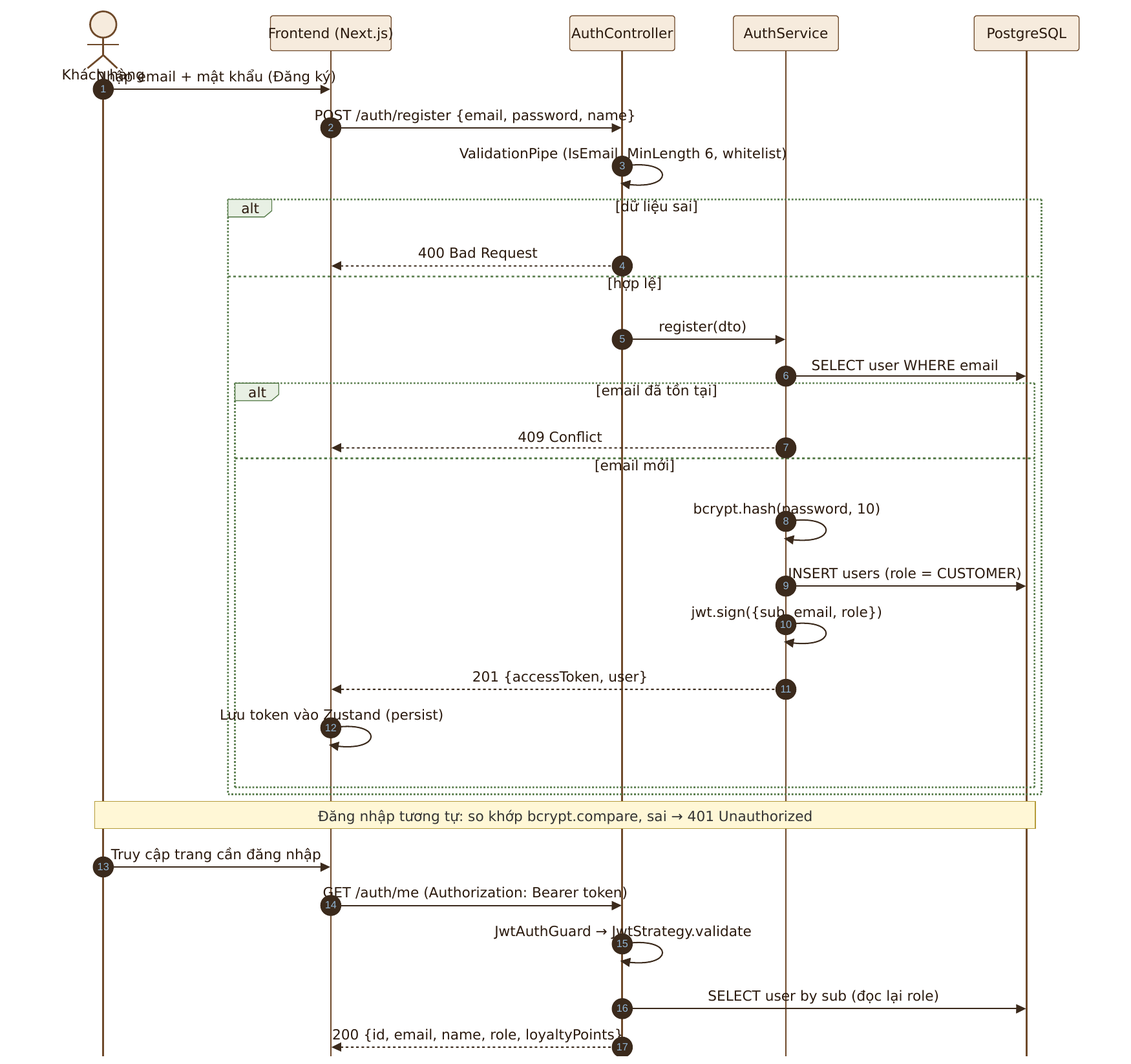
The Mermaid diagram report/diagrams/png/seq-auth.png in kaiqwwp/brewlite, before a commit. Its source is kept beside it as report/diagrams/seq-auth.mmd.
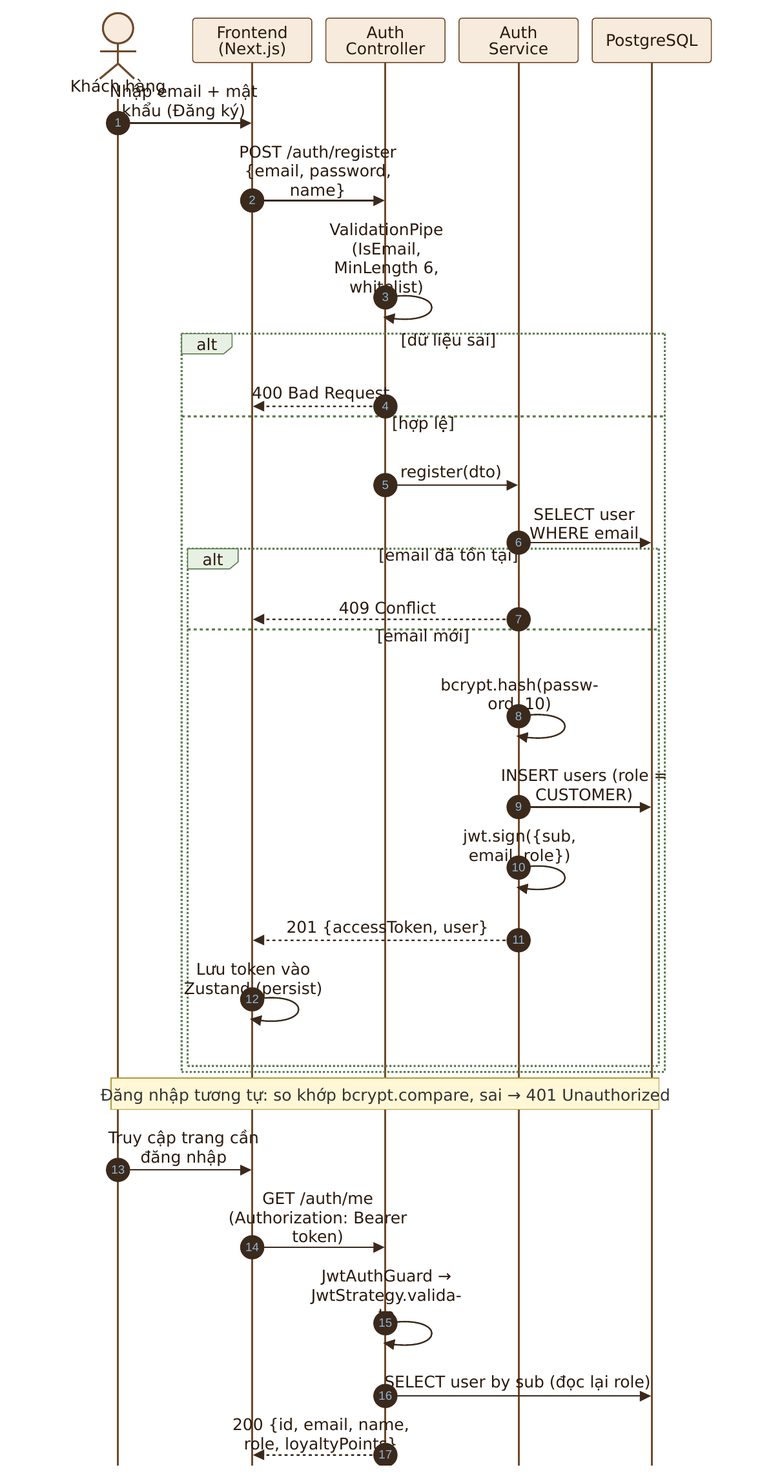
Later version of the same file.

What changed in the source:
```diff
@@ -1,9 +1,9 @@
 sequenceDiagram
   autonumber
   actor KH as Khách hàng
-  participant FE as Frontend (Next.js)
-  participant AC as AuthController
-  participant AS as AuthService
+  participant FE as Frontend<br/>(Next.js)
+  participant AC as Auth<br/>Controller
+  participant AS as Auth<br/>Service
   participant DB as PostgreSQL
   KH->>FE: Nhập email + mật khẩu (Đăng ký)
   FE->>AC: POST /auth/register {email, password, name}
```
